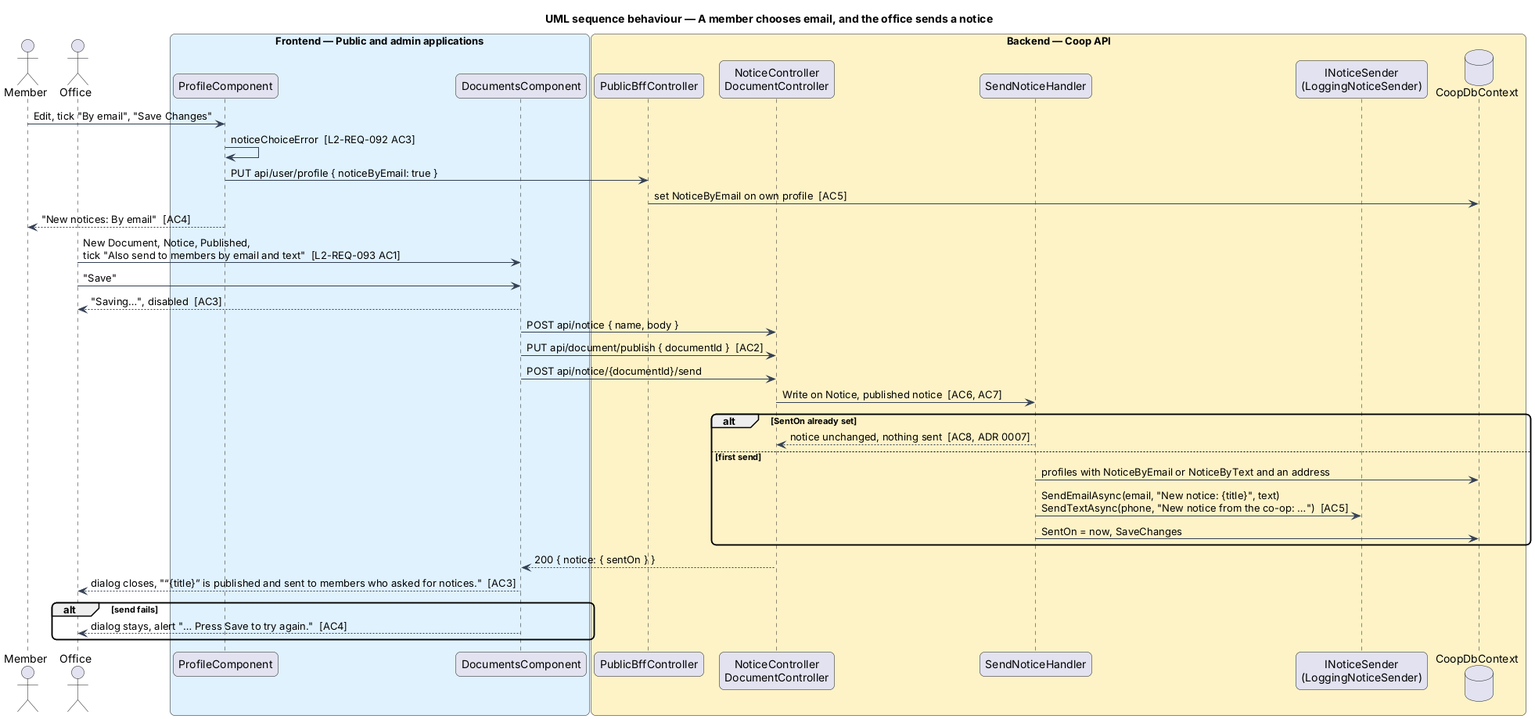
Earlier version of the PlantUML export docs/detailed-designs/admin-app/send-notices/diagrams/sequence-choose-and-send.png (QuinntyneBrown/Coop). Its diagram source:
```plantuml
@startuml
title UML sequence behaviour — A member chooses email, and the office sends a notice
skinparam backgroundColor #FFFFFF
skinparam shadowing false
skinparam roundcorner 12
skinparam defaultFontName Arial
skinparam ArrowColor #344054
actor "Member" as member
actor "Office" as office
box "Frontend — Public and admin applications" #E0F2FE
  participant "ProfileComponent" as profile
  participant "DocumentsComponent" as documents
end box
box "Backend — Coop API" #FEF3C7
  participant "PublicBffController" as bff
  participant "NoticeController\nDocumentController" as controller
  participant "SendNoticeHandler" as handler
  participant "INoticeSender\n(LoggingNoticeSender)" as sender
  database "CoopDbContext" as db
end box
member -> profile : Edit, tick "By email", "Save Changes"
profile -> profile : noticeChoiceError  [L2-REQ-092 AC3]
profile -> bff : PUT api/user/profile { noticeByEmail: true }
bff -> db : set NoticeByEmail on own profile  [AC5]
profile --> member : "New notices: By email"  [AC4]
office -> documents : New Document, Notice, Published,\ntick "Also send to members by email and text"  [L2-REQ-093 AC1]
office -> documents : "Save"
documents --> office : "Saving…", disabled  [AC3]
documents -> controller : POST api/notice { name, body }
documents -> controller : PUT api/document/publish { documentId }  [AC2]
documents -> controller : POST api/notice/{documentId}/send
controller -> handler : Write on Notice, published notice  [AC6, AC7]
alt SentOn already set
  handler --> controller : notice unchanged, nothing sent  [AC8, ADR 0007]
else first send
  handler -> db : profiles with NoticeByEmail or NoticeByText and an address
  handler -> sender : SendEmailAsync(email, "New notice: {title}", text)\nSendTextAsync(phone, "New notice from the co-op: …")  [AC5]
  handler -> db : SentOn = now, SaveChanges
end
controller --> documents : 200 { notice: { sentOn } }
documents --> office : dialog closes, "“{title}” is published and sent to members who asked for notices."  [AC3]
alt send fails
  documents --> office : dialog stays, alert "… Press Save to try again."  [AC4]
end
@enduml
```
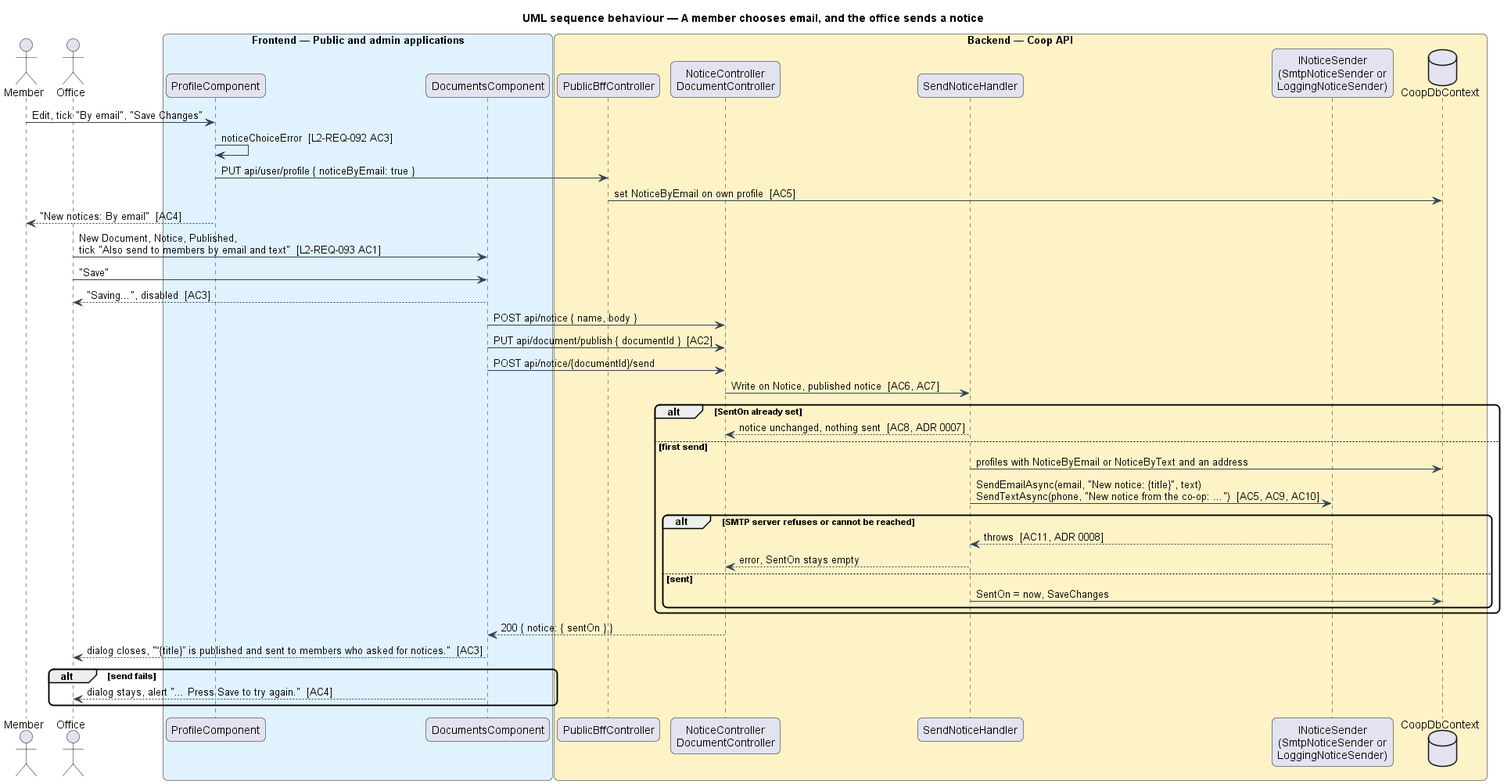
Later version of the same file.

Commit message:
Specify SMTP email delivery for notices

Diff of the diagram source:
```diff
@@ -15,7 +15,7 @@
   participant "PublicBffController" as bff
   participant "NoticeController\nDocumentController" as controller
   participant "SendNoticeHandler" as handler
-  participant "INoticeSender\n(LoggingNoticeSender)" as sender
+  participant "INoticeSender\n(SmtpNoticeSender or\nLoggingNoticeSender)" as sender
   database "CoopDbContext" as db
 end box
 member -> profile : Edit, tick "By email", "Save Changes"
@@ -34,8 +34,13 @@
   handler --> controller : notice unchanged, nothing sent  [AC8, ADR 0007]
 else first send
   handler -> db : profiles with NoticeByEmail or NoticeByText and an address
-  handler -> sender : SendEmailAsync(email, "New notice: {title}", text)\nSendTextAsync(phone, "New notice from the co-op: …")  [AC5]
-  handler -> db : SentOn = now, SaveChanges
+  handler -> sender : SendEmailAsync(email, "New notice: {title}", text)\nSendTextAsync(phone, "New notice from the co-op: …")  [AC5, AC9, AC10]
+  alt SMTP server refuses or cannot be reached
+    sender --> handler : throws  [AC11, ADR 0008]
+    handler --> controller : error, SentOn stays empty
+  else sent
+    handler -> db : SentOn = now, SaveChanges
+  end
 end
 controller --> documents : 200 { notice: { sentOn } }
 documents --> office : dialog closes, "“{title}” is published and sent to members who asked for notices."  [AC3]
```
